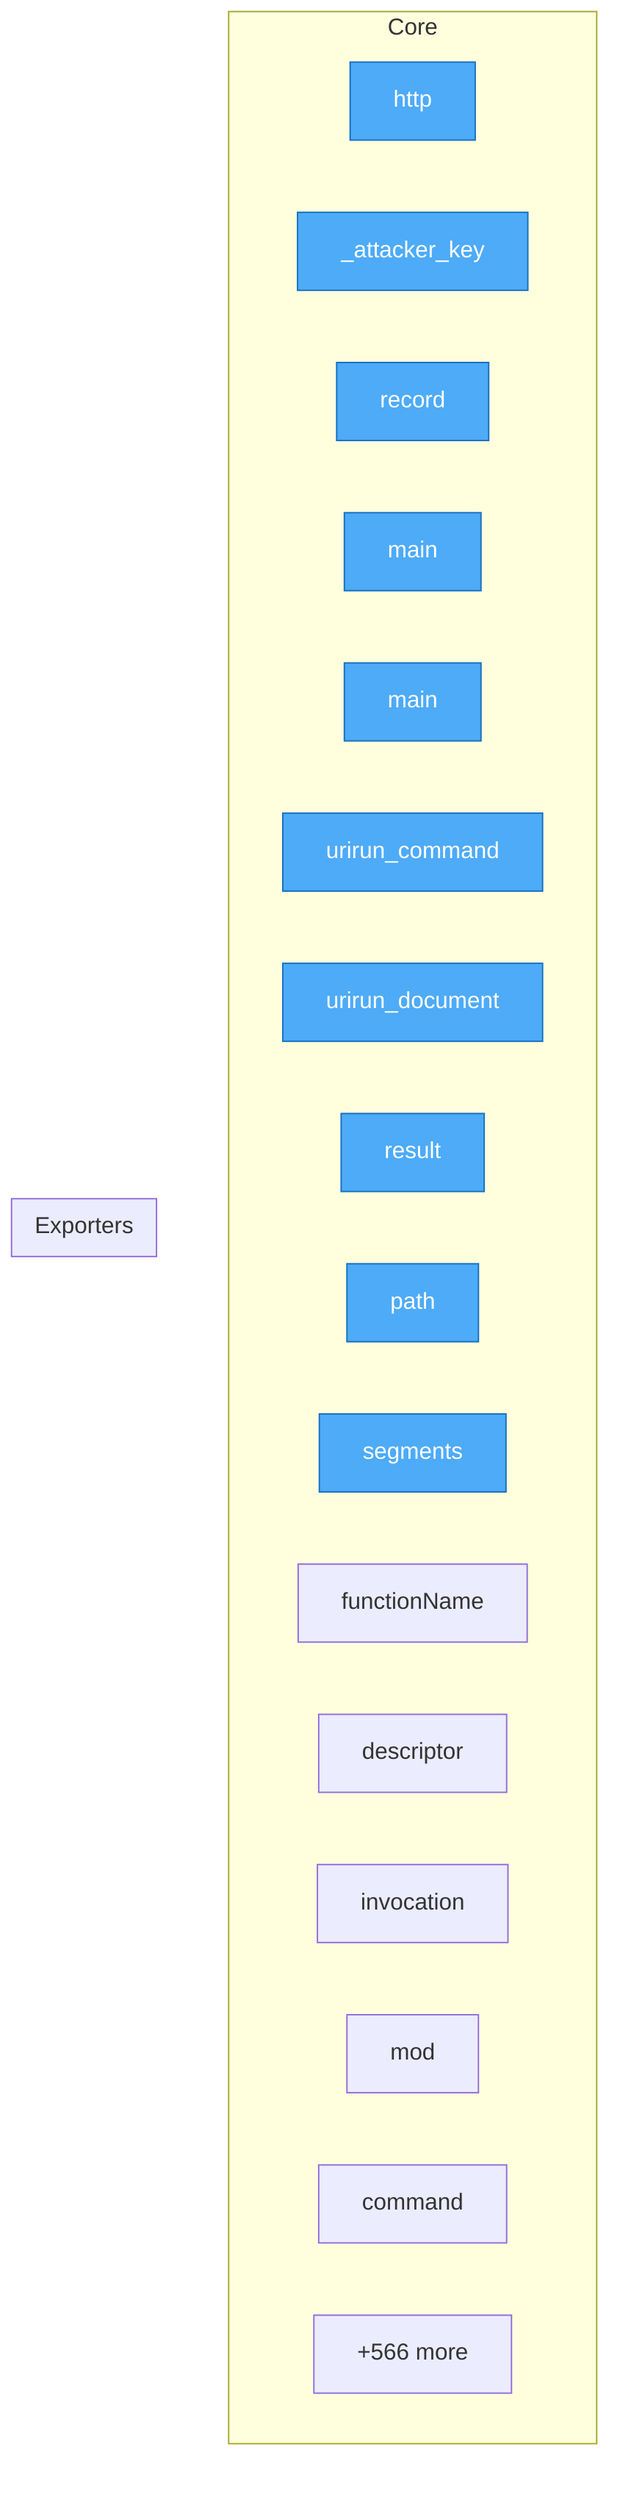
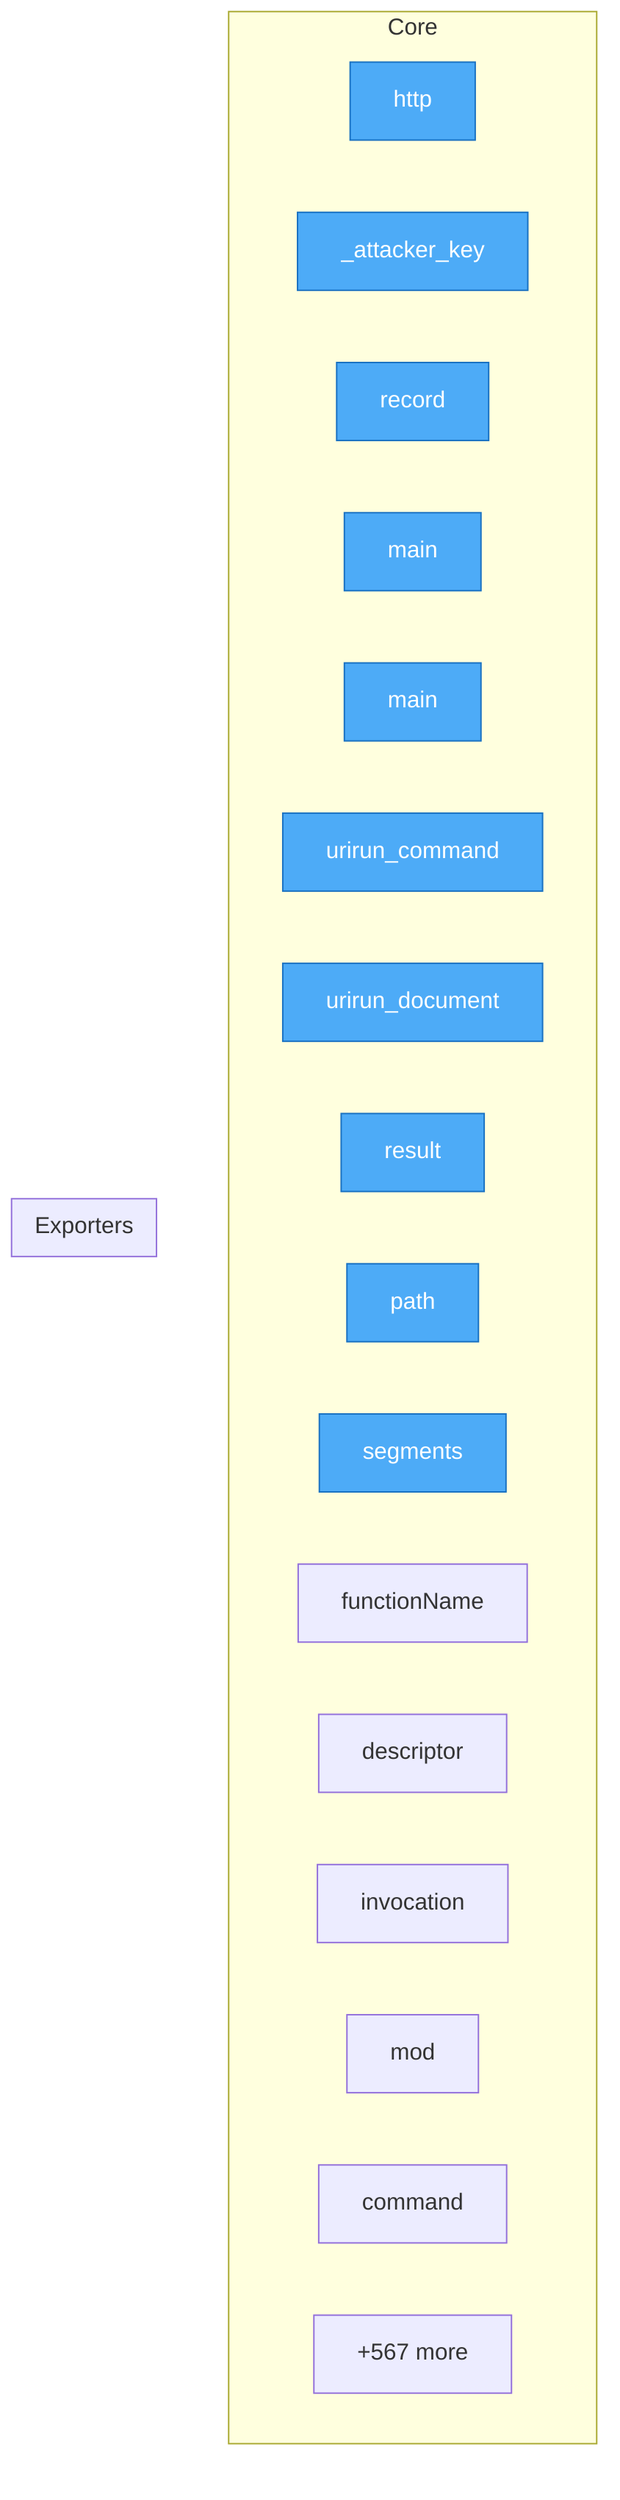
flowchart TD
%% generated in 0.04s

    %% Entry points (blue)
    classDef entry fill:#4dabf7,stroke:#1971c2,color:#fff

    subgraph Core
        security__mesh_probe__probe__http["http"]
        security__mesh_probe__probe___attacker_key["_attacker_key"]
        security__mesh_probe__probe__record["record"]
        adapters__conformance__main["main"]
        adapters__new_connector__main["main"]
        adapters__bash__urirun__urirun_command["urirun_command"]
        adapters__bash__urirun__urirun_document["urirun_document"]
        adapters__js__index__test__result["result"]
        adapters__js__path["path"]
        adapters__js__segments["segments"]
        adapters__js__functionName["functionName"]
        adapters__js__descriptor["descriptor"]
        adapters__js__invocation["invocation"]
        adapters__js__mod["mod"]
        adapters__java__Urirun__Urirun__command["command"]
-         ...["+566 more"]
+         ...["+567 more"]
    end

    subgraph Exporters
    end

    class security__mesh_probe__probe__http,security__mesh_probe__probe___attacker_key,security__mesh_probe__probe__record,adapters__conformance__main,adapters__new_connector__main,adapters__bash__urirun__urirun_command,adapters__bash__urirun__urirun_document,adapters__js__index__test__result,adapters__js__path,adapters__js__segments entry
